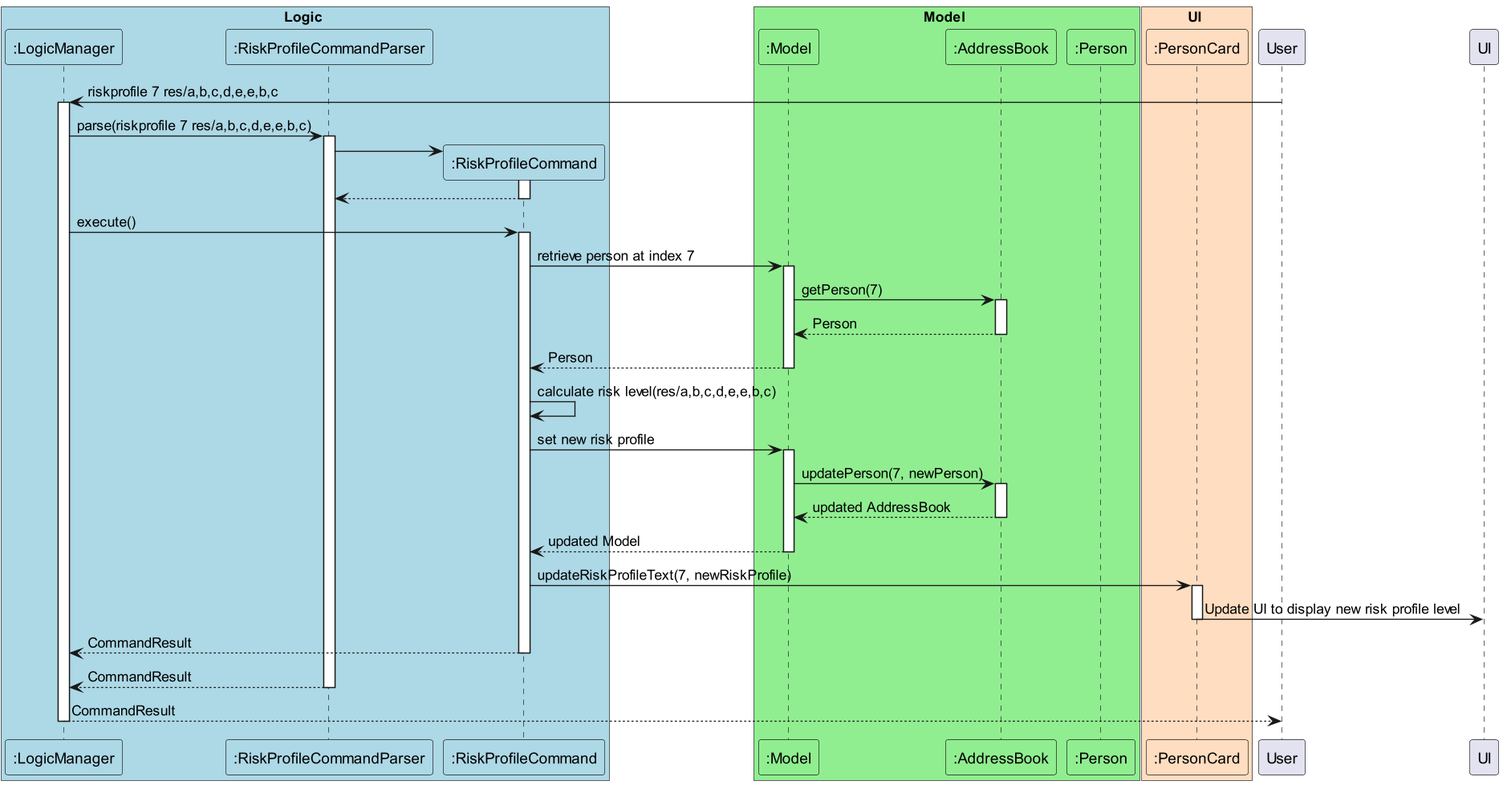
Earlier version of the PlantUML export docs/images/RiskProfileSequenceDiagram.png (syamfarh/tp). Its source is kept beside it as docs/diagrams/RiskProfileSequenceDiagram.puml. Source of this version:
```plantuml
@startuml
!define LOGIC_COLOR_T1 #LightBlue
!define MODEL_COLOR_T1 #LightGreen
!define UI_COLOR_T1 #FFDDC1

box Logic LOGIC_COLOR_T1
participant ":LogicManager" as LogicManager LOGIC_COLOR_T1
participant ":RiskProfileCommandParser" as RiskProfileCommandParser LOGIC_COLOR_T1
participant ":RiskProfileCommand" as RiskProfileCommand LOGIC_COLOR_T1
end box

box Model MODEL_COLOR_T1
participant ":Model" as Model MODEL_COLOR_T1
participant ":AddressBook" as AddressBook MODEL_COLOR_T1
participant ":Person" as Person MODEL_COLOR_T1
end box

box UI UI_COLOR_T1
participant ":PersonCard" as PersonCard UI_COLOR_T1
end box

User -> LogicManager: riskprofile 7 res/a,b,c,d,e,e,b,c
activate LogicManager

LogicManager -> RiskProfileCommandParser: parse(riskprofile 7 res/a,b,c,d,e,e,b,c)
activate RiskProfileCommandParser

create RiskProfileCommand
RiskProfileCommandParser  -> RiskProfileCommand
activate RiskProfileCommand

RiskProfileCommand--> RiskProfileCommandParser
deactivate RiskProfileCommand


LogicManager -> RiskProfileCommand : execute()
activate RiskProfileCommand

RiskProfileCommand -> Model: retrieve person at index 7
activate Model
Model -> AddressBook: getPerson(7)
activate AddressBook
AddressBook --> Model: Person
deactivate AddressBook
Model --> RiskProfileCommand: Person
deactivate Model

RiskProfileCommand -> RiskProfileCommand: calculate risk level(res/a,b,c,d,e,e,b,c)
RiskProfileCommand -> Model: set new risk profile
activate Model
Model -> AddressBook: updatePerson(7, newPerson)
activate AddressBook
AddressBook --> Model: updated AddressBook
deactivate AddressBook
Model --> RiskProfileCommand: updated Model
deactivate Model

RiskProfileCommand -> PersonCard: updateRiskProfileText(7, newRiskProfile)
activate PersonCard
PersonCard -> UI: Update UI to display new risk profile level
deactivate PersonCard

RiskProfileCommand --> LogicManager: CommandResult
deactivate RiskProfileCommand
RiskProfileCommandParser --> LogicManager: CommandResult
deactivate RiskProfileCommandParser
LogicManager --> User: CommandResult
deactivate LogicManager
@enduml
```
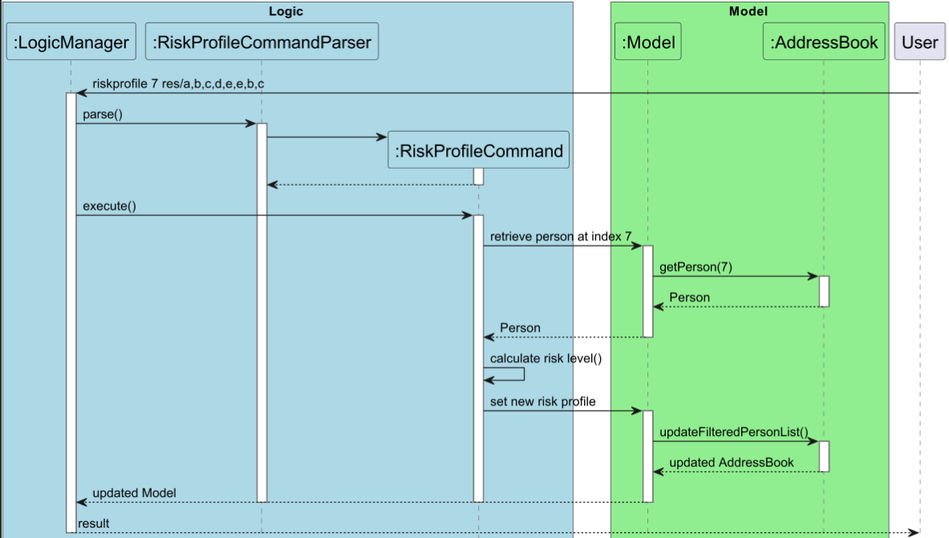
Above is the later version.

Commit message:
Update the Risk Profile Sequence Diagram

Diff of the diagram source:
```diff
@@ -1,7 +1,12 @@
 @startuml
 !define LOGIC_COLOR_T1 #LightBlue
 !define MODEL_COLOR_T1 #LightGreen
-!define UI_COLOR_T1 #FFDDC1
+
+skinparam sequence {
+    ArrowFontStyle plain
+    ParticipantFontSize 18
+    LifeLineBorderColor #666666
+}
 
 box Logic LOGIC_COLOR_T1
 participant ":LogicManager" as LogicManager LOGIC_COLOR_T1
@@ -12,17 +17,12 @@
 box Model MODEL_COLOR_T1
 participant ":Model" as Model MODEL_COLOR_T1
 participant ":AddressBook" as AddressBook MODEL_COLOR_T1
-participant ":Person" as Person MODEL_COLOR_T1
-end box
-
-box UI UI_COLOR_T1
-participant ":PersonCard" as PersonCard UI_COLOR_T1
 end box
 
 User -> LogicManager: riskprofile 7 res/a,b,c,d,e,e,b,c
 activate LogicManager
 
-LogicManager -> RiskProfileCommandParser: parse(riskprofile 7 res/a,b,c,d,e,e,b,c)
+LogicManager -> RiskProfileCommandParser: parse()
 activate RiskProfileCommandParser
 
 create RiskProfileCommand
@@ -31,7 +31,6 @@
 
 RiskProfileCommand--> RiskProfileCommandParser
 deactivate RiskProfileCommand
-
 
 LogicManager -> RiskProfileCommand : execute()
 activate RiskProfileCommand
@@ -45,25 +44,18 @@
 Model --> RiskProfileCommand: Person
 deactivate Model
 
-RiskProfileCommand -> RiskProfileCommand: calculate risk level(res/a,b,c,d,e,e,b,c)
+RiskProfileCommand -> RiskProfileCommand: calculate risk level()
 RiskProfileCommand -> Model: set new risk profile
 activate Model
-Model -> AddressBook: updatePerson(7, newPerson)
+Model -> AddressBook: updateFilteredPersonList()
 activate AddressBook
 AddressBook --> Model: updated AddressBook
 deactivate AddressBook
-Model --> RiskProfileCommand: updated Model
+Model --> LogicManager: updated Model
 deactivate Model
+deactivate RiskProfileCommand
+deactivate RiskProfileCommandParser
 
-RiskProfileCommand -> PersonCard: updateRiskProfileText(7, newRiskProfile)
-activate PersonCard
-PersonCard -> UI: Update UI to display new risk profile level
-deactivate PersonCard
-
-RiskProfileCommand --> LogicManager: CommandResult
-deactivate RiskProfileCommand
-RiskProfileCommandParser --> LogicManager: CommandResult
-deactivate RiskProfileCommandParser
-LogicManager --> User: CommandResult
+LogicManager --> User: result
 deactivate LogicManager
 @enduml
```
